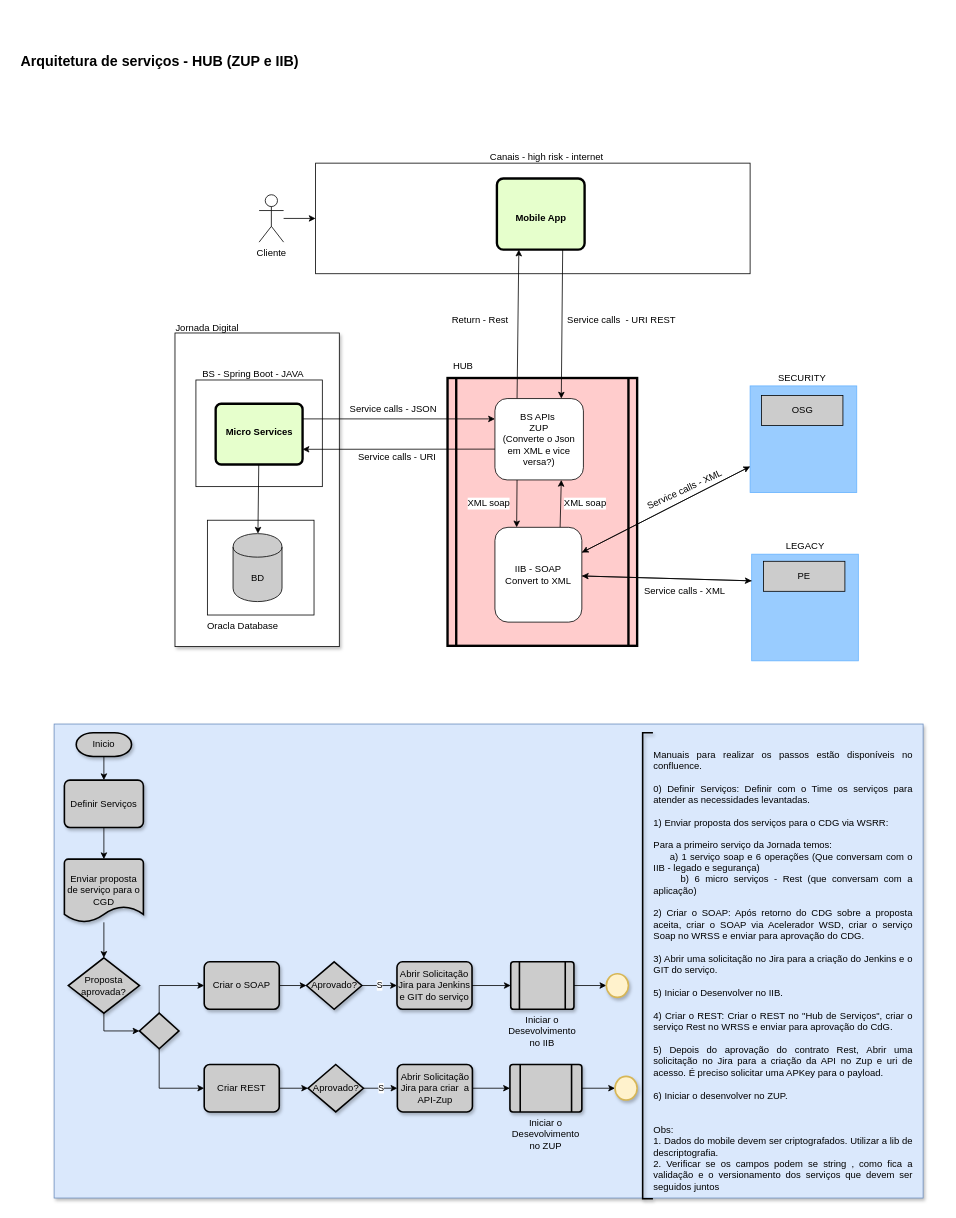
Before: Untitled Diagram.drawio in lucypbraz/Projects, a draw.io diagram. Source tidied: cells renumbered, new cells numbered last; positions are measured from the earlier drawing's top-left corner, leaving out a move shared by most shapes. Both pictures are drawn from the tidied source at 79%, with x=0, y=0 at pixel (17, 21).
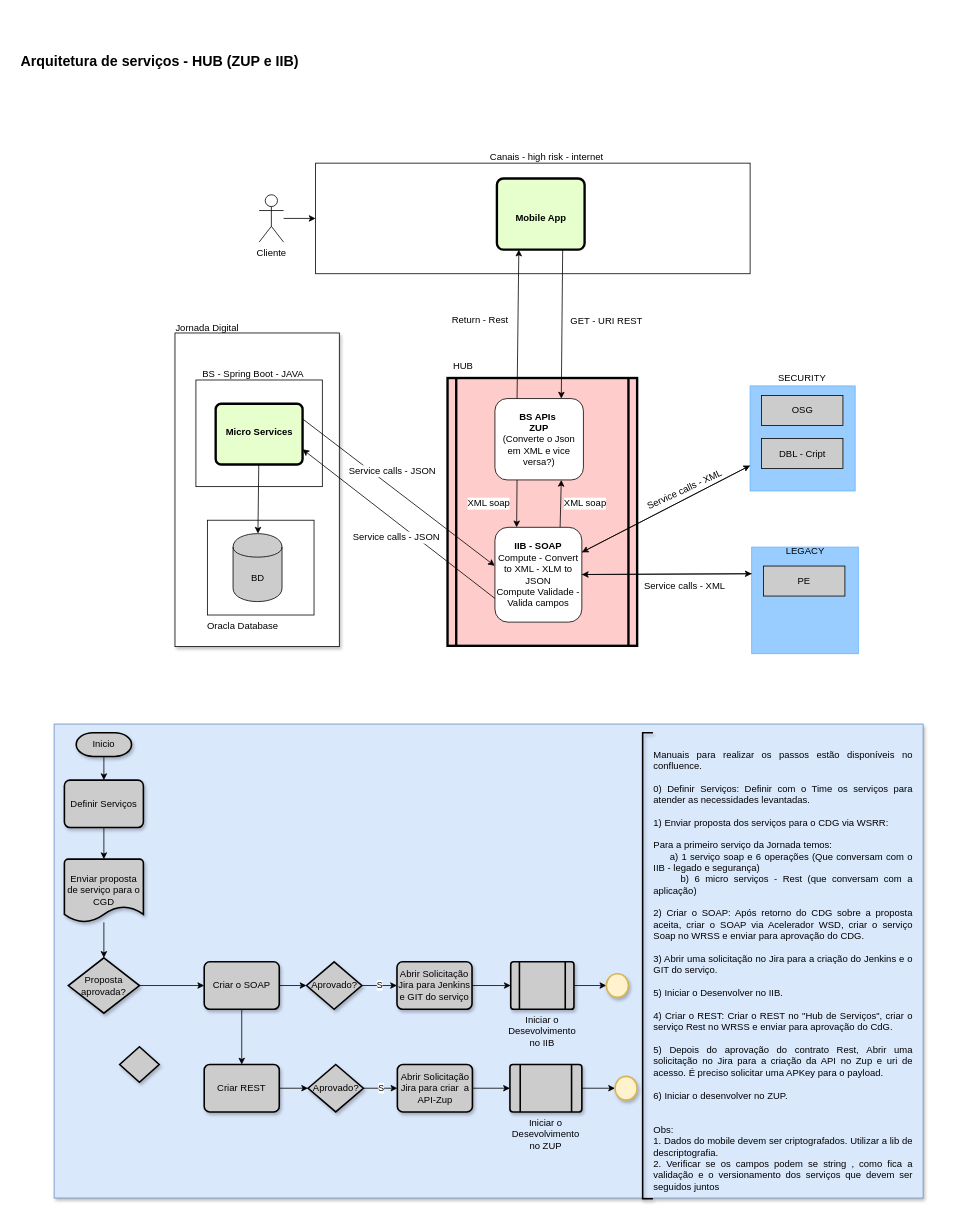
The same page after the edit.

Unchanged cells that the change refers to:
```xml
<mxCell id="8" style="edgeStyle=none;rounded=0;jettySize=auto;html=1;entryX=0.75;entryY=0;entryDx=0;entryDy=0;exitX=0.75;exitY=1;exitDx=0;exitDy=0;" parent="1" edge="1" source="10" target="18">
  <mxGeometry relative="1" as="geometry" />
</mxCell>
<mxCell id="39" value="&lt;br&gt;&lt;br&gt;Micro Services&lt;br&gt;" style="verticalAlign=middle;align=center;overflow=fill;fontSize=12;fontFamily=Helvetica;html=1;rounded=1;fontStyle=1;strokeWidth=3;fillColor=#E6FFCC;arcSize=9;" parent="1" vertex="1">
  <mxGeometry x="251.5" y="483.5" width="110" height="77" as="geometry" />
</mxCell>
<mxCell id="53" value="Proposta aprovada?" style="strokeWidth=2;html=1;shape=mxgraph.flowchart.decision;whiteSpace=wrap;shadow=1;fillColor=#CCCCCC;" parent="1" vertex="1">
  <mxGeometry x="65" y="1185" width="90" height="70" as="geometry" />
</mxCell>
<mxCell id="57" value="Criar o SOAP" style="rounded=1;whiteSpace=wrap;html=1;absoluteArcSize=1;arcSize=14;strokeWidth=2;shadow=1;fillColor=#CCCCCC;" parent="1" vertex="1">
  <mxGeometry x="237" y="1190" width="95" height="60" as="geometry" />
</mxCell>
<mxCell id="59" value="Criar REST" style="rounded=1;whiteSpace=wrap;html=1;absoluteArcSize=1;arcSize=14;strokeWidth=2;shadow=1;fillColor=#CCCCCC;" parent="1" vertex="1">
  <mxGeometry x="237" y="1320" width="95" height="60" as="geometry" />
</mxCell>
```

What changed in the source:
```diff
@@
     <mxCell id="5" style="whiteSpace=wrap;html=1;strokeColor=#66B2FF;fillColor=#99CCFF;" parent="1" vertex="1">
-      <mxGeometry x="930" y="674" width="135" height="135" as="geometry" />
+      <mxGeometry x="930" y="665" width="135" height="135" as="geometry" />
     </mxCell>
@@
-    <mxCell id="9" value="Service calls&amp;nbsp; -&amp;nbsp;&lt;span&gt;URI REST&lt;/span&gt;" style="text;html=1;align=center;verticalAlign=middle;labelBackgroundColor=#ffffff;" parent="8" vertex="1">
+    <mxCell id="9" value="GET -&amp;nbsp;&lt;span&gt;URI REST&lt;/span&gt;" style="text;html=1;align=center;verticalAlign=middle;labelBackgroundColor=#ffffff;" parent="8" vertex="1">
       <mxGeometry x="-0.12" y="2" relative="1" as="geometry">
-        <mxPoint x="73" y="6" as="offset" />
+        <mxPoint x="54" y="6.5" as="offset" />
       </mxGeometry>
     </mxCell>
@@
-    <mxCell id="18" value="&lt;span&gt;BS APIs&amp;nbsp;&lt;br&gt;ZUP&lt;br&gt;(Converte o Json em XML e vice versa?)&lt;br&gt;&lt;/span&gt;" style="rounded=1;whiteSpace=wrap;html=1;" parent="1" vertex="1">
+    <mxCell id="18" value="&lt;span&gt;&lt;b&gt;BS APIs&amp;nbsp;&lt;br&gt;ZUP&lt;/b&gt;&lt;br&gt;(Converte o Json em XML e vice versa?)&lt;br&gt;&lt;/span&gt;" style="rounded=1;whiteSpace=wrap;html=1;" parent="1" vertex="1">
       <mxGeometry x="605" y="477" width="112" height="103" as="geometry" />
     </mxCell>
@@
-    <mxCell id="23" value="IIB - SOAP&lt;br&gt;Convert to XML&lt;br&gt;" style="rounded=1;whiteSpace=wrap;html=1;" parent="1" vertex="1">
+    <mxCell id="23" value="&lt;b&gt;IIB - SOAP&lt;/b&gt;&lt;br&gt;Compute - Convert to XML - XLM to JSON&lt;br&gt;Compute Validade - Valida campos&lt;br&gt;" style="rounded=1;whiteSpace=wrap;html=1;" parent="1" vertex="1">
       <mxGeometry x="605" y="640" width="110" height="120" as="geometry" />
     </mxCell>
     <mxCell id="24" value="LEGACY" style="text;html=1;strokeColor=none;fillColor=none;align=center;verticalAlign=middle;whiteSpace=wrap;rounded=0;" parent="1" vertex="1">
-      <mxGeometry x="977.5" y="654" width="40" height="20" as="geometry" />
+      <mxGeometry x="977.5" y="660" width="40" height="20" as="geometry" />
     </mxCell>
     <mxCell id="25" value="PE" style="rounded=0;whiteSpace=wrap;html=1;fillColor=#CCCCCC;strokeColor=#000000;shadow=0;" parent="1" vertex="1">
-      <mxGeometry x="945" y="683" width="103" height="38" as="geometry" />
+      <mxGeometry x="945" y="689" width="103" height="38" as="geometry" />
     </mxCell>
@@
     <mxCell id="28" style="whiteSpace=wrap;html=1;strokeColor=#66B2FF;fillColor=#99CCFF;" parent="1" vertex="1">
-      <mxGeometry x="928" y="461" width="135" height="135" as="geometry" />
+      <mxGeometry x="928" y="461" width="133" height="133" as="geometry" />
     </mxCell>
@@
-    <mxCell id="37" style="edgeStyle=none;rounded=0;jettySize=auto;html=1;exitX=1;exitY=0.25;exitDx=0;exitDy=0;entryX=0;entryY=0.25;entryDx=0;entryDy=0;" parent="1" edge="1" source="39" target="18">
+    <mxCell id="37" style="edgeStyle=none;rounded=0;jettySize=auto;html=1;exitX=1;exitY=0.25;exitDx=0;exitDy=0;entryX=-0.002;entryY=0.406;entryDx=0;entryDy=0;entryPerimeter=0;" parent="1" edge="1" source="39" target="23">
       <mxGeometry relative="1" as="geometry" />
     </mxCell>
@@
-    <mxCell id="43" style="edgeStyle=none;rounded=0;jettySize=auto;html=1;entryX=1;entryY=0.75;entryDx=0;entryDy=0;" parent="1" edge="1" target="39">
-      <mxGeometry relative="1" as="geometry">
-        <mxPoint x="605" y="541" as="sourcePoint" />
-      </mxGeometry>
+    <mxCell id="43" style="edgeStyle=none;rounded=0;jettySize=auto;html=1;entryX=1;entryY=0.75;entryDx=0;entryDy=0;exitX=0;exitY=0.75;exitDx=0;exitDy=0;" parent="1" edge="1" source="23" target="39">
+      <mxGeometry relative="1" as="geometry" />
     </mxCell>
-    <mxCell id="44" value="Service calls - URI" style="text;html=1;align=center;verticalAlign=middle;labelBackgroundColor=#ffffff;" parent="43" vertex="1">
+    <mxCell id="44" value="Service calls - JSON" style="text;html=1;align=center;verticalAlign=middle;labelBackgroundColor=#ffffff;" parent="43" vertex="1">
       <mxGeometry x="-0.09" y="2" relative="1" as="geometry">
         <mxPoint x="-14" y="7" as="offset" />
       </mxGeometry>
     </mxCell>
@@
-    <mxCell id="52" style="edgeStyle=orthogonalEdgeStyle;rounded=0;jettySize=auto;html=1;entryX=0;entryY=0.5;entryDx=0;entryDy=0;entryPerimeter=0;" parent="1" edge="1" source="53" target="77">
-      <mxGeometry relative="1" as="geometry" />
-    </mxCell>
@@
-    <mxCell id="75" style="edgeStyle=orthogonalEdgeStyle;rounded=0;jettySize=auto;html=1;entryX=0;entryY=0.5;entryDx=0;entryDy=0;exitX=0.5;exitY=0;exitDx=0;exitDy=0;exitPerimeter=0;" parent="1" edge="1" source="77" target="57">
+    <mxCell id="75" style="edgeStyle=orthogonalEdgeStyle;rounded=0;jettySize=auto;html=1;entryX=0;entryY=0.5;entryDx=0;entryDy=0;" parent="1" edge="1" source="53" target="57">
       <mxGeometry relative="1" as="geometry" />
     </mxCell>
-    <mxCell id="76" style="edgeStyle=orthogonalEdgeStyle;rounded=0;jettySize=auto;html=1;entryX=0;entryY=0.5;entryDx=0;entryDy=0;exitX=0.5;exitY=1;exitDx=0;exitDy=0;exitPerimeter=0;" parent="1" edge="1" source="77" target="59">
+    <mxCell id="76" style="edgeStyle=orthogonalEdgeStyle;rounded=0;jettySize=auto;html=1;" parent="1" edge="1" source="57" target="59">
       <mxGeometry relative="1" as="geometry" />
     </mxCell>
     <mxCell id="77" style="strokeWidth=2;html=1;shape=mxgraph.flowchart.decision;whiteSpace=wrap;shadow=1;fillColor=#CCCCCC;" parent="1" vertex="1">
-      <mxGeometry x="155" y="1255" width="50" height="45" as="geometry" />
+      <mxGeometry x="130" y="1297.5" width="50" height="45" as="geometry" />
     </mxCell>
+    <mxCell id="78" value="DBL - Cript" style="rounded=0;whiteSpace=wrap;html=1;fillColor=#CCCCCC;strokeColor=#000000;shadow=0;" parent="1" vertex="1">
+      <mxGeometry x="942.5" y="527.5" width="103" height="38" as="geometry" />
+    </mxCell>
```
